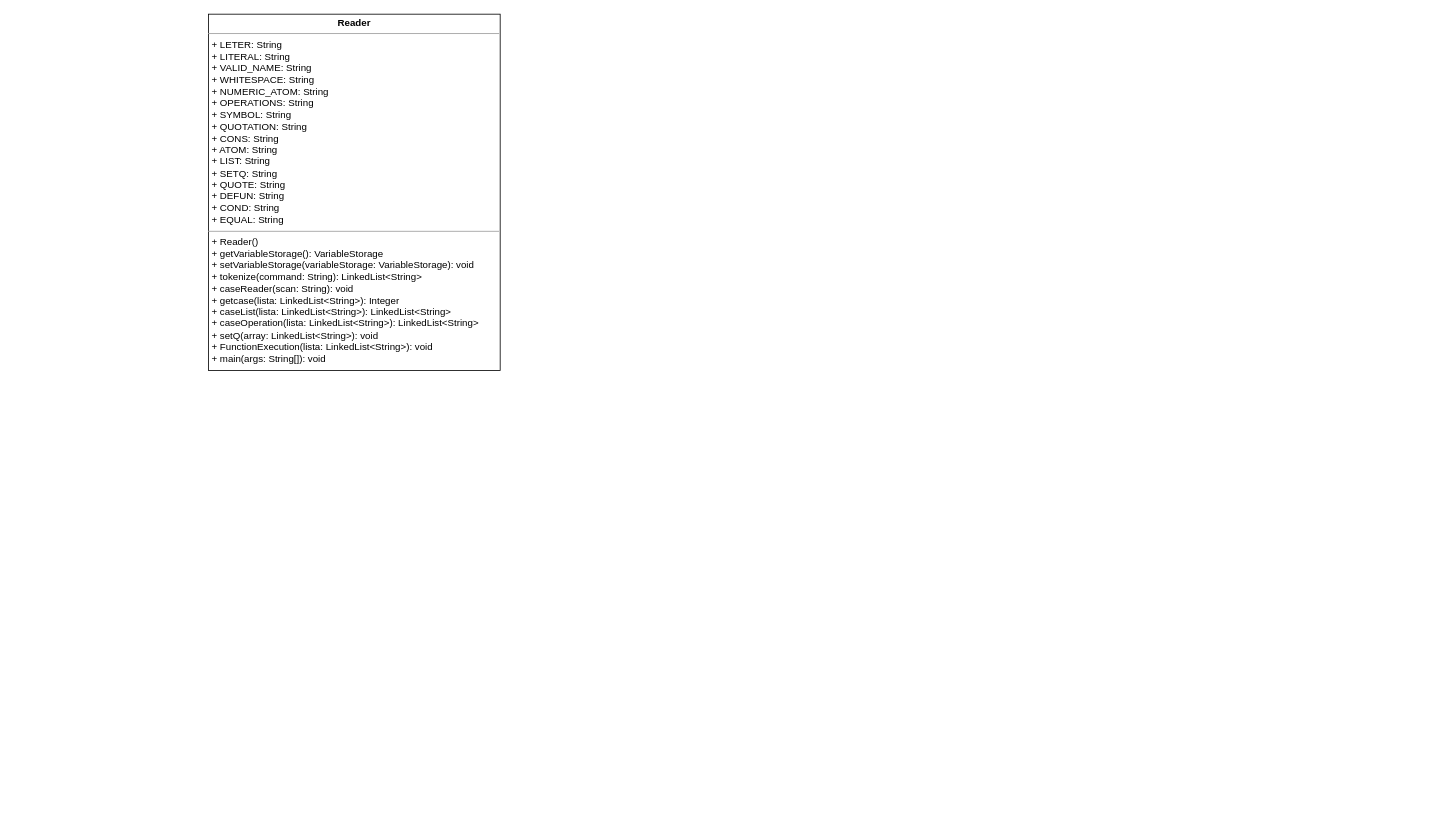
Above: Proyecto1/Fases/Fase2/Class Diagram.drawio in DiggsPapu/Proyect1_Lisp_Interpreter (draw.io), before the change. Source tidied: cells renumbered, new cells numbered last; positions are measured from the earlier drawing's top-left corner, leaving out a move shared by most shapes. Both pictures are drawn from the tidied source at 81%, with x=0, y=0 at pixel (208, 14).
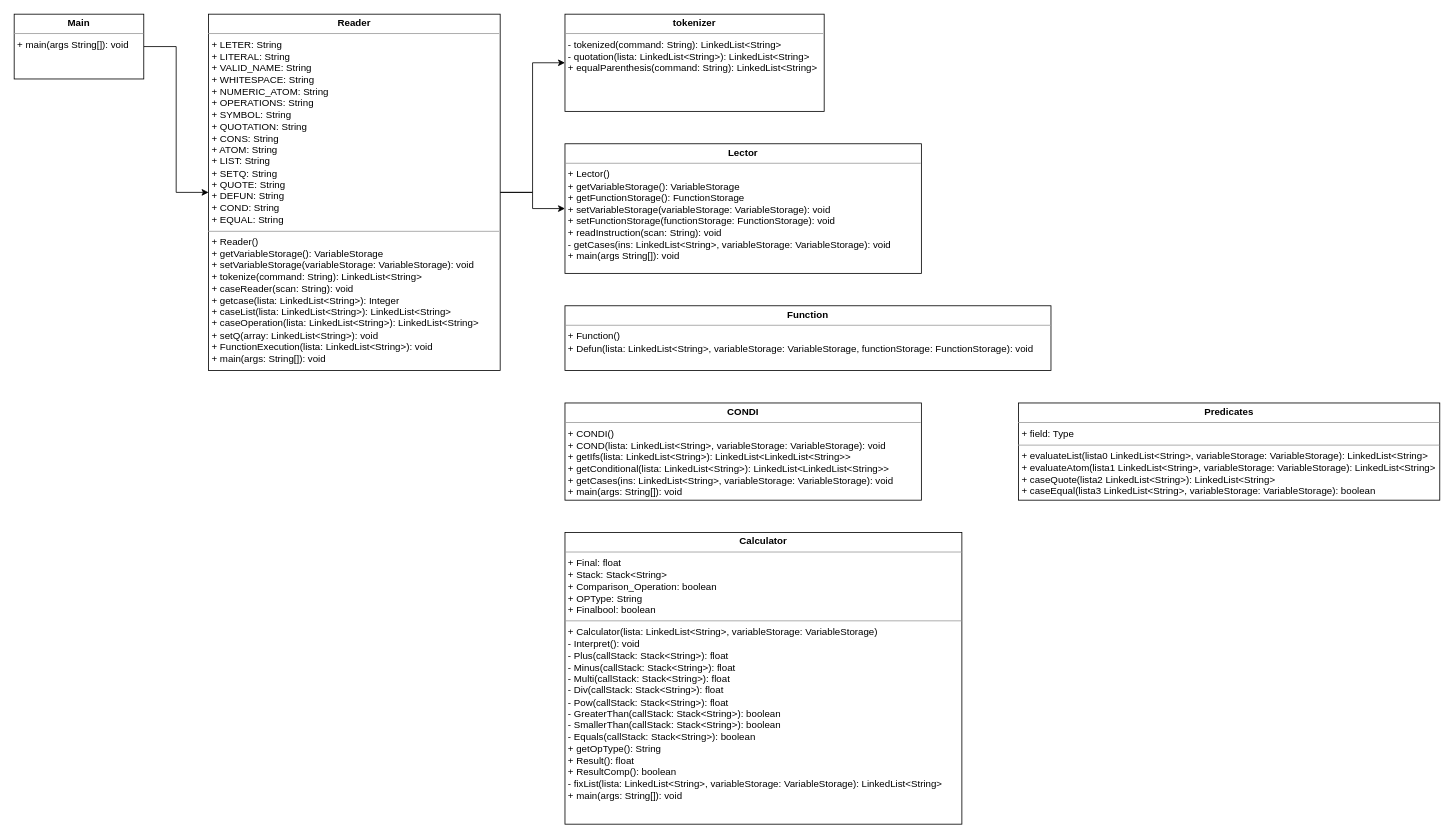
After the change.

The edit, as a diff of the source:
```diff
@@
 <mxGraphModel>
   <root>
     <mxCell id="0" />
     <mxCell id="1" parent="0" />
+    <mxCell id="3" style="edgeStyle=orthogonalEdgeStyle;rounded=0;jettySize=auto;html=1;" parent="1" edge="1" source="2" target="5">
+      <mxGeometry relative="1" as="geometry" />
+    </mxCell>
+    <mxCell id="4" style="edgeStyle=orthogonalEdgeStyle;rounded=0;jettySize=auto;html=1;exitX=1;exitY=0.5;exitDx=0;exitDy=0;" parent="1" edge="1" source="2" target="8">
+      <mxGeometry relative="1" as="geometry" />
+    </mxCell>
     <mxCell id="2" value="&lt;p style=&quot;margin: 0px ; margin-top: 4px ; text-align: center&quot;&gt;&lt;b&gt;Reader&lt;/b&gt;&lt;/p&gt;&lt;hr size=&quot;1&quot;&gt;&lt;p style=&quot;margin: 0px ; margin-left: 4px&quot;&gt;+ LETER: String&lt;/p&gt;&lt;p style=&quot;margin: 0px ; margin-left: 4px&quot;&gt;+ LITERAL: String&lt;br&gt;&lt;/p&gt;&lt;p style=&quot;margin: 0px ; margin-left: 4px&quot;&gt;+ VALID_NAME: String&lt;br&gt;&lt;/p&gt;&lt;p style=&quot;margin: 0px ; margin-left: 4px&quot;&gt;+ WHITESPACE: String&lt;br&gt;&lt;/p&gt;&lt;p style=&quot;margin: 0px ; margin-left: 4px&quot;&gt;+ NUMERIC_ATOM: String&lt;br&gt;&lt;/p&gt;&lt;p style=&quot;margin: 0px ; margin-left: 4px&quot;&gt;+ OPERATIONS: String&lt;br&gt;&lt;/p&gt;&lt;p style=&quot;margin: 0px ; margin-left: 4px&quot;&gt;+ SYMBOL: String&lt;br&gt;&lt;/p&gt;&lt;p style=&quot;margin: 0px ; margin-left: 4px&quot;&gt;+ QUOTATION: String&lt;br&gt;&lt;/p&gt;&lt;p style=&quot;margin: 0px ; margin-left: 4px&quot;&gt;+ CONS: String&lt;br&gt;&lt;/p&gt;&lt;p style=&quot;margin: 0px ; margin-left: 4px&quot;&gt;+ ATOM: String&lt;br&gt;&lt;/p&gt;&lt;p style=&quot;margin: 0px ; margin-left: 4px&quot;&gt;+ LIST: String&lt;br&gt;&lt;/p&gt;&lt;p style=&quot;margin: 0px ; margin-left: 4px&quot;&gt;+ SETQ: String&lt;br&gt;&lt;/p&gt;&lt;p style=&quot;margin: 0px ; margin-left: 4px&quot;&gt;+ QUOTE: String&lt;br&gt;&lt;/p&gt;&lt;p style=&quot;margin: 0px ; margin-left: 4px&quot;&gt;+ DEFUN: String&lt;br&gt;&lt;/p&gt;&lt;p style=&quot;margin: 0px ; margin-left: 4px&quot;&gt;+ COND: String&lt;br&gt;&lt;/p&gt;&lt;p style=&quot;margin: 0px ; margin-left: 4px&quot;&gt;+ EQUAL: String&lt;br&gt;&lt;/p&gt;&lt;hr size=&quot;1&quot;&gt;&lt;p style=&quot;margin: 0px ; margin-left: 4px&quot;&gt;+ Reader()&lt;br&gt;&lt;/p&gt;&lt;p style=&quot;margin: 0px ; margin-left: 4px&quot;&gt;+ getVariableStorage(): VariableStorage&lt;/p&gt;&lt;p style=&quot;margin: 0px ; margin-left: 4px&quot;&gt;+&amp;nbsp;setVariableStorage(variableStorage: VariableStorage): void&lt;/p&gt;&lt;p style=&quot;margin: 0px ; margin-left: 4px&quot;&gt;+ tokenize(command: String): LinkedList&amp;lt;String&amp;gt;&lt;/p&gt;&lt;p style=&quot;margin: 0px ; margin-left: 4px&quot;&gt;+ caseReader(scan: String): void&lt;/p&gt;&lt;p style=&quot;margin: 0px ; margin-left: 4px&quot;&gt;+ getcase(lista: LinkedList&amp;lt;String&amp;gt;): Integer&lt;/p&gt;&lt;p style=&quot;margin: 0px ; margin-left: 4px&quot;&gt;+ caseList(lista: LinkedList&amp;lt;String&amp;gt;): LinkedList&amp;lt;String&amp;gt;&lt;/p&gt;&lt;p style=&quot;margin: 0px ; margin-left: 4px&quot;&gt;+ caseOperation(lista: LinkedList&amp;lt;String&amp;gt;): LinkedList&amp;lt;String&amp;gt;&lt;/p&gt;&lt;p style=&quot;margin: 0px ; margin-left: 4px&quot;&gt;+ setQ(array: LinkedList&amp;lt;String&amp;gt;): void&lt;/p&gt;&lt;p style=&quot;margin: 0px ; margin-left: 4px&quot;&gt;+ FunctionExecution(lista: LinkedList&amp;lt;String&amp;gt;): void&lt;/p&gt;&lt;p style=&quot;margin: 0px ; margin-left: 4px&quot;&gt;+ main(args: String[]): void&lt;/p&gt;" style="verticalAlign=top;align=left;overflow=fill;fontSize=12;fontFamily=Helvetica;html=1;" parent="1" vertex="1">
       <mxGeometry width="360" height="440" as="geometry" />
     </mxCell>
+    <mxCell id="5" value="&lt;p style=&quot;margin: 0px ; margin-top: 4px ; text-align: center&quot;&gt;&lt;b&gt;tokenizer&lt;/b&gt;&lt;/p&gt;&lt;hr size=&quot;1&quot;&gt;&lt;p style=&quot;margin: 0px ; margin-left: 4px&quot;&gt;- tokenized(command: String): LinkedList&amp;lt;String&amp;gt;&lt;br&gt;&lt;/p&gt;&lt;p style=&quot;margin: 0px ; margin-left: 4px&quot;&gt;- quotation(lista: LinkedList&amp;lt;String&amp;gt;): LinkedList&amp;lt;String&amp;gt;&lt;/p&gt;&lt;p style=&quot;margin: 0px ; margin-left: 4px&quot;&gt;+ equalParenthesis(command: String): LinkedList&amp;lt;String&amp;gt;&lt;/p&gt;" style="verticalAlign=top;align=left;overflow=fill;fontSize=12;fontFamily=Helvetica;html=1;" parent="1" vertex="1">
+      <mxGeometry x="440" width="320" height="120" as="geometry" />
+    </mxCell>
+    <mxCell id="6" style="edgeStyle=orthogonalEdgeStyle;rounded=0;jettySize=auto;html=1;" parent="1" edge="1" source="7" target="2">
+      <mxGeometry relative="1" as="geometry" />
+    </mxCell>
+    <mxCell id="7" value="&lt;p style=&quot;margin: 0px ; margin-top: 4px ; text-align: center&quot;&gt;&lt;b&gt;Main&lt;/b&gt;&lt;/p&gt;&lt;hr size=&quot;1&quot;&gt;&lt;p style=&quot;margin: 0px ; margin-left: 4px&quot;&gt;+ main(args String[]): void&lt;br&gt;&lt;/p&gt;" style="verticalAlign=top;align=left;overflow=fill;fontSize=12;fontFamily=Helvetica;html=1;" parent="1" vertex="1">
+      <mxGeometry x="-240" width="160" height="80" as="geometry" />
+    </mxCell>
+    <mxCell id="8" value="&lt;p style=&quot;margin: 0px ; margin-top: 4px ; text-align: center&quot;&gt;&lt;b&gt;Lector&lt;/b&gt;&lt;/p&gt;&lt;hr size=&quot;1&quot;&gt;&lt;p style=&quot;margin: 0px ; margin-left: 4px&quot;&gt;+ Lector()&lt;/p&gt;&lt;p style=&quot;margin: 0px ; margin-left: 4px&quot;&gt;+ getVariableStorage(): VariableStorage&lt;/p&gt;&lt;p style=&quot;margin: 0px ; margin-left: 4px&quot;&gt;+ getFunctionStorage(): FunctionStorage&lt;/p&gt;&lt;p style=&quot;margin: 0px ; margin-left: 4px&quot;&gt;+ setVariableStorage(variableStorage: VariableStorage): void&lt;/p&gt;&lt;p style=&quot;margin: 0px ; margin-left: 4px&quot;&gt;+ setFunctionStorage(functionStorage: FunctionStorage): void&lt;/p&gt;&lt;p style=&quot;margin: 0px ; margin-left: 4px&quot;&gt;+ readInstruction(scan: String): void&lt;/p&gt;&lt;p style=&quot;margin: 0px ; margin-left: 4px&quot;&gt;- getCases(ins: LinkedList&amp;lt;String&amp;gt;, variableStorage: VariableStorage): void&lt;/p&gt;&lt;p style=&quot;margin: 0px ; margin-left: 4px&quot;&gt;+ main(args String[]): void&lt;/p&gt;" style="verticalAlign=top;align=left;overflow=fill;fontSize=12;fontFamily=Helvetica;html=1;" parent="1" vertex="1">
+      <mxGeometry x="440" y="160" width="440" height="160" as="geometry" />
+    </mxCell>
+    <mxCell id="9" value="&lt;p style=&quot;margin: 0px ; margin-top: 4px ; text-align: center&quot;&gt;&lt;b&gt;Function&lt;/b&gt;&lt;/p&gt;&lt;hr size=&quot;1&quot;&gt;&lt;p style=&quot;margin: 0px ; margin-left: 4px&quot;&gt;+ Function()&lt;/p&gt;&lt;p style=&quot;margin: 0px ; margin-left: 4px&quot;&gt;+ Defun(lista: LinkedList&amp;lt;String&amp;gt;, variableStorage: VariableStorage, functionStorage: FunctionStorage): void&lt;/p&gt;" style="verticalAlign=top;align=left;overflow=fill;fontSize=12;fontFamily=Helvetica;html=1;" parent="1" vertex="1">
+      <mxGeometry x="440" y="360" width="600" height="80" as="geometry" />
+    </mxCell>
+    <mxCell id="10" value="&lt;p style=&quot;margin: 0px ; margin-top: 4px ; text-align: center&quot;&gt;&lt;b&gt;CONDI&lt;/b&gt;&lt;/p&gt;&lt;hr size=&quot;1&quot;&gt;&lt;p style=&quot;margin: 0px ; margin-left: 4px&quot;&gt;+ CONDI()&lt;/p&gt;&lt;p style=&quot;margin: 0px ; margin-left: 4px&quot;&gt;+ COND(lista: LinkedList&amp;lt;String&amp;gt;, variableStorage: VariableStorage): void&lt;/p&gt;&lt;p style=&quot;margin: 0px ; margin-left: 4px&quot;&gt;+ getIfs(lista: LinkedList&amp;lt;String&amp;gt;): LinkedList&amp;lt;LinkedList&amp;lt;String&amp;gt;&amp;gt;&lt;/p&gt;&lt;p style=&quot;margin: 0px ; margin-left: 4px&quot;&gt;+ getConditional(lista: LinkedList&amp;lt;String&amp;gt;): LinkedList&amp;lt;LinkedList&amp;lt;String&amp;gt;&amp;gt;&lt;/p&gt;&lt;p style=&quot;margin: 0px ; margin-left: 4px&quot;&gt;+ getCases(ins: LinkedList&amp;lt;String&amp;gt;, variableStorage: VariableStorage): void&lt;/p&gt;&lt;p style=&quot;margin: 0px ; margin-left: 4px&quot;&gt;+ main(args: String[]): void&lt;/p&gt;" style="verticalAlign=top;align=left;overflow=fill;fontSize=12;fontFamily=Helvetica;html=1;" parent="1" vertex="1">
+      <mxGeometry x="440" y="480" width="440" height="120" as="geometry" />
+    </mxCell>
+    <mxCell id="11" value="&lt;p style=&quot;margin: 0px ; margin-top: 4px ; text-align: center&quot;&gt;&lt;b&gt;Calculator&lt;/b&gt;&lt;/p&gt;&lt;hr size=&quot;1&quot;&gt;&lt;p style=&quot;margin: 0px ; margin-left: 4px&quot;&gt;+ Final: float&lt;/p&gt;&lt;p style=&quot;margin: 0px ; margin-left: 4px&quot;&gt;+ Stack: Stack&amp;lt;String&amp;gt;&lt;/p&gt;&lt;p style=&quot;margin: 0px ; margin-left: 4px&quot;&gt;+ Comparison_Operation: boolean&lt;/p&gt;&lt;p style=&quot;margin: 0px ; margin-left: 4px&quot;&gt;+ OPType: String&lt;/p&gt;&lt;p style=&quot;margin: 0px ; margin-left: 4px&quot;&gt;+ Finalbool: boolean&lt;/p&gt;&lt;hr size=&quot;1&quot;&gt;&lt;p style=&quot;margin: 0px ; margin-left: 4px&quot;&gt;+ Calculator(lista: LinkedList&amp;lt;String&amp;gt;, variableStorage: VariableStorage)&lt;/p&gt;&lt;p style=&quot;margin: 0px ; margin-left: 4px&quot;&gt;- Interpret(): void&lt;/p&gt;&lt;p style=&quot;margin: 0px ; margin-left: 4px&quot;&gt;- Plus(callStack: Stack&amp;lt;String&amp;gt;): float&lt;/p&gt;&lt;p style=&quot;margin: 0px ; margin-left: 4px&quot;&gt;- Minus(callStack: Stack&amp;lt;String&amp;gt;): float&lt;br&gt;&lt;/p&gt;&lt;p style=&quot;margin: 0px ; margin-left: 4px&quot;&gt;- Multi(callStack: Stack&amp;lt;String&amp;gt;): float&lt;br&gt;&lt;/p&gt;&lt;p style=&quot;margin: 0px ; margin-left: 4px&quot;&gt;- Div(callStack: Stack&amp;lt;String&amp;gt;): float&lt;br&gt;&lt;/p&gt;&lt;p style=&quot;margin: 0px ; margin-left: 4px&quot;&gt;- Pow(callStack: Stack&amp;lt;String&amp;gt;): float&lt;br&gt;&lt;/p&gt;&lt;p style=&quot;margin: 0px ; margin-left: 4px&quot;&gt;- GreaterThan(callStack: Stack&amp;lt;String&amp;gt;): boolean&lt;br&gt;&lt;/p&gt;&lt;p style=&quot;margin: 0px ; margin-left: 4px&quot;&gt;- SmallerThan(callStack: Stack&amp;lt;String&amp;gt;): boolean&lt;br&gt;&lt;/p&gt;&lt;p style=&quot;margin: 0px ; margin-left: 4px&quot;&gt;- Equals(callStack: Stack&amp;lt;String&amp;gt;): boolean&lt;br&gt;&lt;/p&gt;&lt;p style=&quot;margin: 0px ; margin-left: 4px&quot;&gt;+ getOpType(): String&lt;/p&gt;&lt;p style=&quot;margin: 0px ; margin-left: 4px&quot;&gt;+ Result(): float&lt;/p&gt;&lt;p style=&quot;margin: 0px ; margin-left: 4px&quot;&gt;+ ResultComp(): boolean&lt;/p&gt;&lt;p style=&quot;margin: 0px ; margin-left: 4px&quot;&gt;- fixList(lista: LinkedList&amp;lt;String&amp;gt;, variableStorage: VariableStorage): LinkedList&amp;lt;String&amp;gt;&lt;/p&gt;&lt;p style=&quot;margin: 0px ; margin-left: 4px&quot;&gt;+ main(args: String[]): void&lt;/p&gt;" style="verticalAlign=top;align=left;overflow=fill;fontSize=12;fontFamily=Helvetica;html=1;" parent="1" vertex="1">
+      <mxGeometry x="440" y="640" width="490" height="360" as="geometry" />
+    </mxCell>
+    <mxCell id="12" value="&lt;p style=&quot;margin: 0px ; margin-top: 4px ; text-align: center&quot;&gt;&lt;b&gt;Predicates&lt;/b&gt;&lt;/p&gt;&lt;hr size=&quot;1&quot;&gt;&lt;p style=&quot;margin: 0px ; margin-left: 4px&quot;&gt;+ field: Type&lt;/p&gt;&lt;hr size=&quot;1&quot;&gt;&lt;p style=&quot;margin: 0px ; margin-left: 4px&quot;&gt;+ evaluateList(lista0 LinkedList&amp;lt;String&amp;gt;, variableStorage: VariableStorage): LinkedList&amp;lt;String&amp;gt;&lt;/p&gt;&lt;p style=&quot;margin: 0px ; margin-left: 4px&quot;&gt;+ evaluateAtom(lista1 LinkedList&amp;lt;String&amp;gt;, variableStorage: VariableStorage): LinkedList&amp;lt;String&amp;gt;&lt;br&gt;&lt;/p&gt;&lt;p style=&quot;margin: 0px ; margin-left: 4px&quot;&gt;+ caseQuote(lista2 LinkedList&amp;lt;String&amp;gt;): LinkedList&amp;lt;String&amp;gt;&lt;br&gt;&lt;/p&gt;&lt;p style=&quot;margin: 0px ; margin-left: 4px&quot;&gt;+ caseEqual(lista3 LinkedList&amp;lt;String&amp;gt;, variableStorage: VariableStorage): boolean&lt;br&gt;&lt;/p&gt;&lt;p style=&quot;margin: 0px ; margin-left: 4px&quot;&gt;&lt;br&gt;&lt;/p&gt;" style="verticalAlign=top;align=left;overflow=fill;fontSize=12;fontFamily=Helvetica;html=1;" parent="1" vertex="1">
+      <mxGeometry x="1000" y="480" width="520" height="120" as="geometry" />
+    </mxCell>
   </root>
 </mxGraphModel>
```
